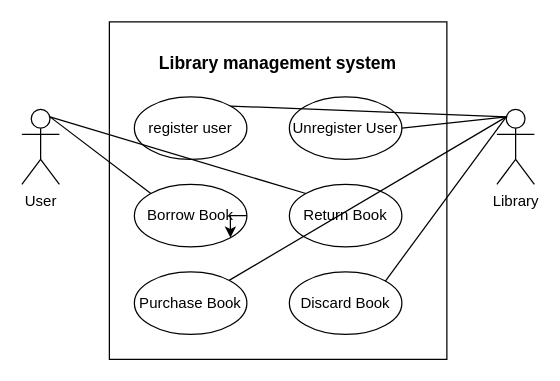
Before: 名称未設定ファイル.drawio in cielcs/usecase, a draw.io diagram. Source tidied: cells renumbered, new cells numbered last; positions are measured from the earlier drawing's top-left corner, leaving out a move shared by most shapes. Both pictures are drawn from the tidied source at 125%, with x=0, y=0 at pixel (21, 21).
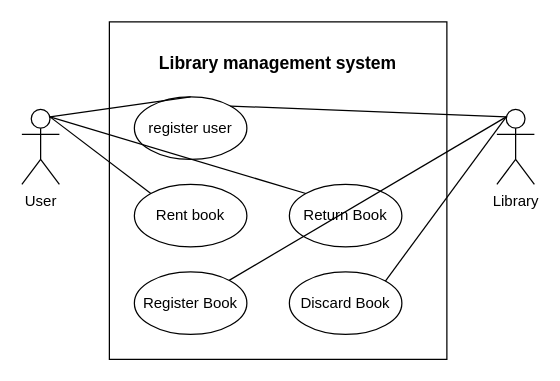
After the change.

Commit message:
名称未設定ファイル.drawio を更新します

The edit, as a diff of the source:
```diff
@@
 <mxGraphModel>
   <root>
     <mxCell id="0" />
     <mxCell id="1" parent="0" />
     <mxCell id="2" value="User&lt;div&gt;&lt;br&gt;&lt;/div&gt;" style="shape=umlActor;verticalLabelPosition=bottom;verticalAlign=top;html=1;outlineConnect=0;" parent="1" vertex="1">
       <mxGeometry y="70" width="30" height="60" as="geometry" />
     </mxCell>
     <mxCell id="3" value="&lt;h4 style=&quot;line-height: 110%; font-size: 14px;&quot;&gt;Library management system&lt;/h4&gt;" style="whiteSpace=wrap;html=1;align=center;labelPosition=center;verticalLabelPosition=middle;verticalAlign=top;" parent="1" vertex="1">
       <mxGeometry x="70" width="270" height="270" as="geometry" />
     </mxCell>
     <mxCell id="4" value="register user" style="ellipse;whiteSpace=wrap;html=1;" parent="1" vertex="1">
       <mxGeometry x="90" y="60" width="90" height="50" as="geometry" />
     </mxCell>
-    <mxCell id="5" value="Unregister User" style="ellipse;whiteSpace=wrap;html=1;" parent="1" vertex="1">
-      <mxGeometry x="214" y="60" width="90" height="50" as="geometry" />
-    </mxCell>
-    <mxCell id="6" value="Borrow Book" style="ellipse;whiteSpace=wrap;html=1;" parent="1" vertex="1">
+    <mxCell id="6" value="Rent book" style="ellipse;whiteSpace=wrap;html=1;" parent="1" vertex="1">
       <mxGeometry x="90" y="130" width="90" height="50" as="geometry" />
     </mxCell>
     <mxCell id="7" value="Return Book" style="ellipse;whiteSpace=wrap;html=1;" parent="1" vertex="1">
       <mxGeometry x="214" y="130" width="90" height="50" as="geometry" />
     </mxCell>
-    <mxCell id="8" style="edgeStyle=orthogonalEdgeStyle;rounded=0;orthogonalLoop=1;jettySize=auto;html=1;exitX=1;exitY=0.5;exitDx=0;exitDy=0;entryX=1;entryY=1;entryDx=0;entryDy=0;" parent="1" edge="1" source="6" target="6">
-      <mxGeometry relative="1" as="geometry" />
-    </mxCell>
-    <mxCell id="9" value="Purchase Book" style="ellipse;whiteSpace=wrap;html=1;" parent="1" vertex="1">
+    <mxCell id="9" value="Register Book" style="ellipse;whiteSpace=wrap;html=1;" parent="1" vertex="1">
       <mxGeometry x="90" y="200" width="90" height="50" as="geometry" />
     </mxCell>
     <mxCell id="10" value="Discard Book" style="ellipse;whiteSpace=wrap;html=1;" parent="1" vertex="1">
       <mxGeometry x="214" y="200" width="90" height="50" as="geometry" />
     </mxCell>
     <mxCell id="11" style="endArrow=none;html=1;rounded=0;entryX=0;entryY=0;entryDx=0;entryDy=0;exitX=0.75;exitY=0.1;exitDx=0;exitDy=0;exitPerimeter=0;" parent="1" edge="1" source="2" target="6">
       <mxGeometry relative="1" as="geometry" />
     </mxCell>
     <mxCell id="12" style="endArrow=none;html=1;rounded=0;entryX=0;entryY=0;entryDx=0;entryDy=0;exitX=0.75;exitY=0.1;exitDx=0;exitDy=0;exitPerimeter=0;" parent="1" edge="1" source="2" target="7">
       <mxGeometry relative="1" as="geometry" />
     </mxCell>
     <mxCell id="13" value="Library" style="shape=umlActor;verticalLabelPosition=bottom;verticalAlign=top;html=1;outlineConnect=0;" parent="1" vertex="1">
       <mxGeometry x="380" y="70" width="30" height="60" as="geometry" />
     </mxCell>
-    <mxCell id="14" style="endArrow=none;html=1;rounded=0;entryX=0.25;entryY=0.1;entryDx=0;entryDy=0;entryPerimeter=0;exitX=1;exitY=0.5;exitDx=0;exitDy=0;" parent="1" edge="1" source="5" target="13">
-      <mxGeometry relative="1" as="geometry" />
-    </mxCell>
     <mxCell id="15" style="endArrow=none;html=1;rounded=0;entryX=0.25;entryY=0.1;entryDx=0;entryDy=0;entryPerimeter=0;exitX=1;exitY=0;exitDx=0;exitDy=0;" parent="1" edge="1" source="4" target="13">
       <mxGeometry relative="1" as="geometry" />
     </mxCell>
     <mxCell id="16" style="endArrow=none;html=1;rounded=0;entryX=0.25;entryY=0.1;entryDx=0;entryDy=0;entryPerimeter=0;" parent="1" edge="1" source="9" target="13">
       <mxGeometry relative="1" as="geometry" />
     </mxCell>
     <mxCell id="17" style="endArrow=none;html=1;rounded=0;entryX=0.25;entryY=0.1;entryDx=0;entryDy=0;entryPerimeter=0;exitX=1;exitY=0;exitDx=0;exitDy=0;" parent="1" edge="1" source="10" target="13">
       <mxGeometry relative="1" as="geometry" />
     </mxCell>
+    <mxCell id="18" style="endArrow=none;html=1;rounded=0;exitX=0.75;exitY=0.1;exitDx=0;exitDy=0;exitPerimeter=0;entryX=0.5;entryY=0;entryDx=0;entryDy=0;" parent="1" edge="1" source="2" target="4">
+      <mxGeometry relative="1" as="geometry" />
+    </mxCell>
   </root>
 </mxGraphModel>
```
